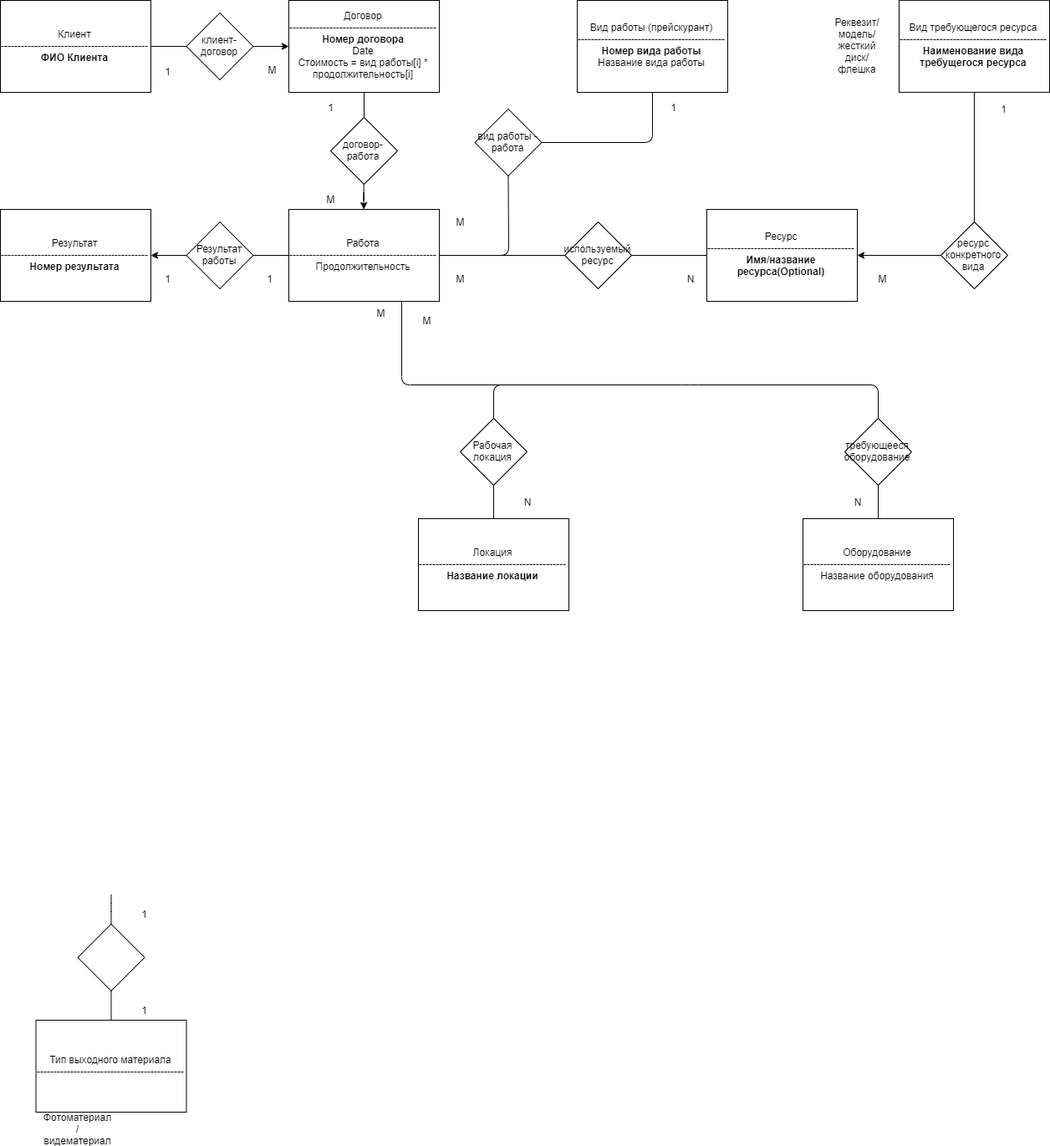
Before: Photographer.png, a diagram exported from draw.io (ectuser/Photographer-Database). Source tidied: cells renumbered, new cells last; positions are measured from the earlier drawing's top-left corner, leaving out a move shared by most shapes.
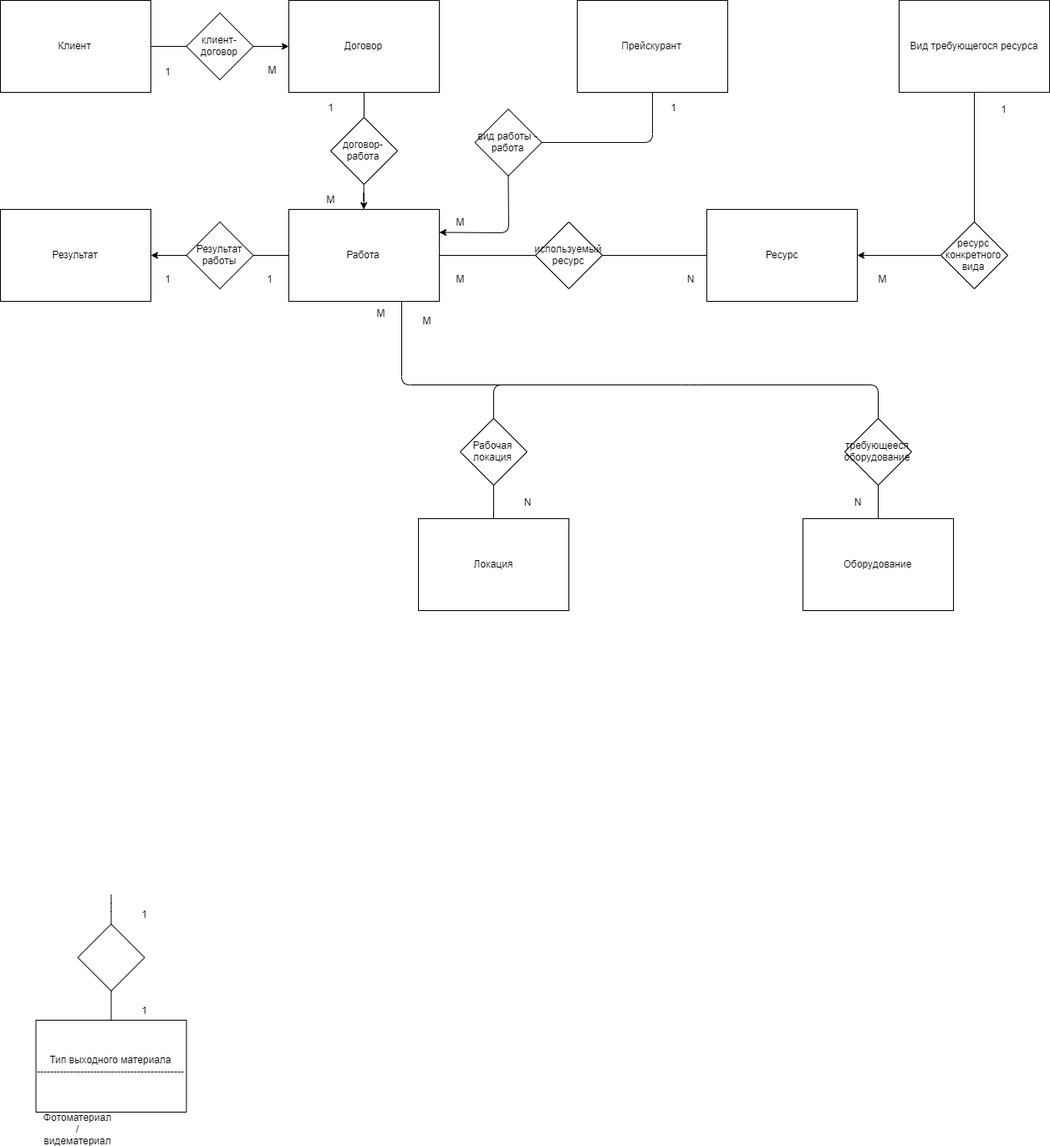
The same diagram one commit later.

What changed in the source:
```diff
@@ -2,16 +2,16 @@
   <root>
     <mxCell id="0" />
     <mxCell id="1" parent="0" />
-    <mxCell id="2" value="Клиент&lt;br&gt;--------------------------------------------&lt;br&gt;&lt;b&gt;ФИО Клиента&lt;/b&gt;" style="rounded=0;whiteSpace=wrap;html=1;" parent="1" vertex="1">
+    <mxCell id="2" value="Клиент" style="rounded=0;whiteSpace=wrap;html=1;" parent="1" vertex="1">
       <mxGeometry width="180" height="110" as="geometry" />
     </mxCell>
-    <mxCell id="3" value="Локация&lt;br&gt;--------------------------------------------&lt;br&gt;&lt;b&gt;Название локации&lt;/b&gt;" style="rounded=0;whiteSpace=wrap;html=1;" parent="1" vertex="1">
+    <mxCell id="3" value="Локация" style="rounded=0;whiteSpace=wrap;html=1;" parent="1" vertex="1">
       <mxGeometry x="500" y="620" width="180" height="110" as="geometry" />
     </mxCell>
-    <mxCell id="4" value="Вид работы (прейскурант)&lt;br&gt;--------------------------------------------&lt;br&gt;&lt;b&gt;Номер вида работы&lt;/b&gt;&lt;br&gt;Название вида работы" style="rounded=0;whiteSpace=wrap;html=1;" parent="1" vertex="1">
+    <mxCell id="4" value="Прейскурант" style="rounded=0;whiteSpace=wrap;html=1;" parent="1" vertex="1">
       <mxGeometry x="690" width="180" height="110" as="geometry" />
     </mxCell>
-    <mxCell id="5" value="Договор&lt;br&gt;--------------------------------------------&lt;br&gt;&lt;b&gt;Номер договора&lt;br&gt;&lt;/b&gt;Date&lt;br&gt;Стоимость = вид работы[i] * продолжительность[i]" style="rounded=0;whiteSpace=wrap;html=1;" parent="1" vertex="1">
+    <mxCell id="5" value="Договор" style="rounded=0;whiteSpace=wrap;html=1;" parent="1" vertex="1">
       <mxGeometry x="345" width="180" height="110" as="geometry" />
     </mxCell>
     <mxCell id="6" style="edgeStyle=orthogonalEdgeStyle;rounded=0;jettySize=auto;html=1;" parent="1" edge="1" source="7" target="5">
@@ -20,19 +20,12 @@
     <mxCell id="7" value="клиент-договор" style="rhombus;whiteSpace=wrap;html=1;" parent="1" vertex="1">
       <mxGeometry x="222.5" y="15" width="80" height="80" as="geometry" />
     </mxCell>
-    <mxCell id="8" value="Работа&lt;br&gt;--------------------------------------------&lt;br&gt;Продолжительность" style="rounded=0;whiteSpace=wrap;html=1;" parent="1" vertex="1">
+    <mxCell id="8" value="Работа" style="rounded=0;whiteSpace=wrap;html=1;" parent="1" vertex="1">
       <mxGeometry x="345" y="250" width="180" height="110" as="geometry" />
     </mxCell>
     <mxCell id="9" value="вид работы - работа" style="rhombus;whiteSpace=wrap;html=1;" parent="1" vertex="1">
       <mxGeometry x="567.5" y="130" width="80" height="80" as="geometry" />
     </mxCell>
-    <mxCell id="10" style="endArrow=none;html=1;entryX=0.5;entryY=1;entryDx=0;entryDy=0;exitX=1;exitY=0.5;exitDx=0;exitDy=0;" parent="1" edge="1" source="8" target="9">
-      <mxGeometry relative="1" as="geometry">
-        <Array as="points">
-          <mxPoint x="608" y="305" />
-        </Array>
-      </mxGeometry>
-    </mxCell>
     <mxCell id="11" style="endArrow=none;html=1;exitX=0.5;exitY=1;exitDx=0;exitDy=0;entryX=1;entryY=0.5;entryDx=0;entryDy=0;" parent="1" edge="1" source="4" target="9">
       <mxGeometry relative="1" as="geometry">
         <Array as="points">
@@ -55,7 +48,7 @@
     <mxCell id="16" style="endArrow=none;html=1;exitX=0.5;exitY=1;exitDx=0;exitDy=0;entryX=0.5;entryY=0;entryDx=0;entryDy=0;" parent="1" edge="1" source="15" target="3">
       <mxGeometry relative="1" as="geometry" />
     </mxCell>
-    <mxCell id="17" value="Оборудование&lt;br&gt;--------------------------------------------&lt;br&gt;Название оборудования" style="rounded=0;whiteSpace=wrap;html=1;" parent="1" vertex="1">
+    <mxCell id="17" value="Оборудование" style="rounded=0;whiteSpace=wrap;html=1;" parent="1" vertex="1">
       <mxGeometry x="960" y="620" width="180" height="110" as="geometry" />
     </mxCell>
     <mxCell id="18" value="требующееся оборудование" style="rhombus;whiteSpace=wrap;html=1;" parent="1" vertex="1">
@@ -64,7 +57,7 @@
     <mxCell id="19" style="endArrow=none;html=1;exitX=0.5;exitY=1;exitDx=0;exitDy=0;entryX=0.5;entryY=0;entryDx=0;entryDy=0;" parent="1" edge="1" source="18" target="17">
       <mxGeometry relative="1" as="geometry" />
     </mxCell>
-    <mxCell id="20" value="Результат&lt;br&gt;--------------------------------------------&lt;br&gt;&lt;b&gt;Номер результата&lt;/b&gt;" style="rounded=0;whiteSpace=wrap;html=1;" parent="1" vertex="1">
+    <mxCell id="20" value="Результат" style="rounded=0;whiteSpace=wrap;html=1;" parent="1" vertex="1">
       <mxGeometry y="250" width="180" height="110" as="geometry" />
     </mxCell>
     <mxCell id="21" style="edgeStyle=orthogonalEdgeStyle;rounded=0;jettySize=auto;html=1;" parent="1" edge="1" source="22" target="20">
@@ -76,10 +69,10 @@
     <mxCell id="23" style="endArrow=none;html=1;exitX=1;exitY=0.5;exitDx=0;exitDy=0;entryX=0;entryY=0.5;entryDx=0;entryDy=0;" parent="1" edge="1" source="22" target="8">
       <mxGeometry relative="1" as="geometry" />
     </mxCell>
-    <mxCell id="24" value="Вид требующегося ресурса&lt;br&gt;--------------------------------------------&lt;br&gt;&lt;b&gt;Наименование вида требущегося ресурса&lt;/b&gt;" style="rounded=0;whiteSpace=wrap;html=1;" parent="1" vertex="1">
+    <mxCell id="24" value="Вид требующегося ресурса" style="rounded=0;whiteSpace=wrap;html=1;" parent="1" vertex="1">
       <mxGeometry x="1075" y="-0.1" width="180" height="110" as="geometry" />
     </mxCell>
-    <mxCell id="25" value="Ресурс&lt;br&gt;--------------------------------------------&lt;br&gt;&lt;b&gt;Имя/название ресурса(Optional)&lt;/b&gt;" style="rounded=0;whiteSpace=wrap;html=1;" parent="1" vertex="1">
+    <mxCell id="25" value="Ресурс" style="rounded=0;whiteSpace=wrap;html=1;" parent="1" vertex="1">
       <mxGeometry x="845" y="250" width="180" height="110" as="geometry" />
     </mxCell>
     <mxCell id="26" style="edgeStyle=orthogonalEdgeStyle;rounded=0;jettySize=auto;html=1;" parent="1" edge="1" source="27" target="25">
@@ -92,7 +85,7 @@
       <mxGeometry relative="1" as="geometry" />
     </mxCell>
     <mxCell id="29" value="используемый ресурс" style="rhombus;whiteSpace=wrap;html=1;" parent="1" vertex="1">
-      <mxGeometry x="675" y="265" width="80" height="80" as="geometry" />
+      <mxGeometry x="640" y="265" width="80" height="80" as="geometry" />
     </mxCell>
     <mxCell id="30" style="endArrow=none;html=1;exitX=0;exitY=0.5;exitDx=0;exitDy=0;entryX=1;entryY=0.5;entryDx=0;entryDy=0;" parent="1" edge="1" source="25" target="29">
       <mxGeometry relative="1" as="geometry" />
@@ -120,9 +113,6 @@
     <mxCell id="36" value="Фотоматериал / видематериал" style="text;html=1;strokeColor=none;fillColor=none;align=center;verticalAlign=middle;whiteSpace=wrap;rounded=0;" parent="1" vertex="1">
       <mxGeometry x="72.5" y="1340" width="40" height="20" as="geometry" />
     </mxCell>
-    <mxCell id="37" value="Реквезит/модель/жесткий диск/флешка" style="text;html=1;strokeColor=none;fillColor=none;align=center;verticalAlign=middle;whiteSpace=wrap;rounded=0;" parent="1" vertex="1">
-      <mxGeometry x="1005" y="45" width="40" height="20" as="geometry" />
-    </mxCell>
     <mxCell id="38" style="endArrow=none;html=1;exitX=0.5;exitY=0;exitDx=0;exitDy=0;entryX=0.5;entryY=0;entryDx=0;entryDy=0;" parent="1" edge="1" source="18" target="15">
       <mxGeometry relative="1" as="geometry">
         <Array as="points">
@@ -197,5 +187,12 @@
     <mxCell id="58" value="1" style="text;html=1;strokeColor=none;fillColor=none;align=center;verticalAlign=middle;whiteSpace=wrap;rounded=0;" parent="1" vertex="1">
       <mxGeometry x="785" y="115" width="40" height="25" as="geometry" />
     </mxCell>
+    <mxCell id="59" style="endArrow=classic;html=1;exitX=0.5;exitY=1;exitDx=0;exitDy=0;entryX=1;entryY=0.25;entryDx=0;entryDy=0;" parent="1" edge="1" source="9" target="8">
+      <mxGeometry relative="1" as="geometry">
+        <Array as="points">
+          <mxPoint x="608" y="278" />
+        </Array>
+      </mxGeometry>
+    </mxCell>
   </root>
 </mxGraphModel>
```
